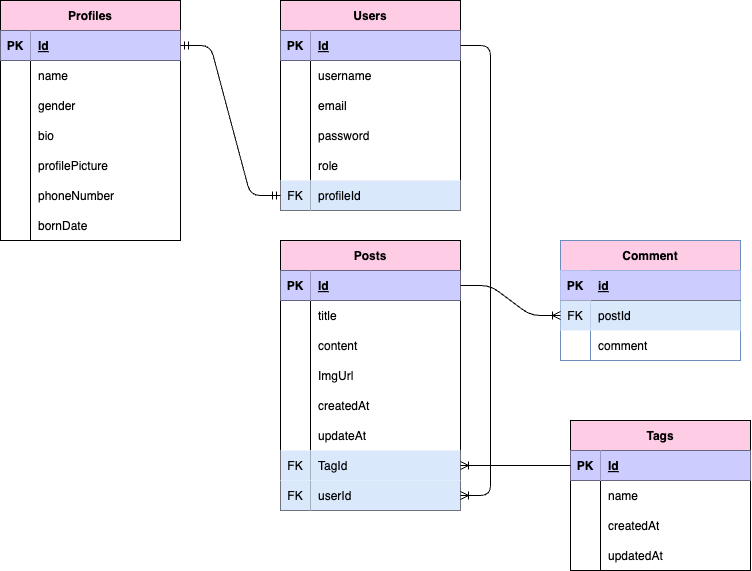
Timoth8/pairprojectX-p1 keeps this draw.io diagram as schemapp.png.drawio.png. Above is the earlier version. Source tidied: cells renumbered, new cells last; positions are measured from the earlier drawing's top-left corner, leaving out a move shared by most shapes.
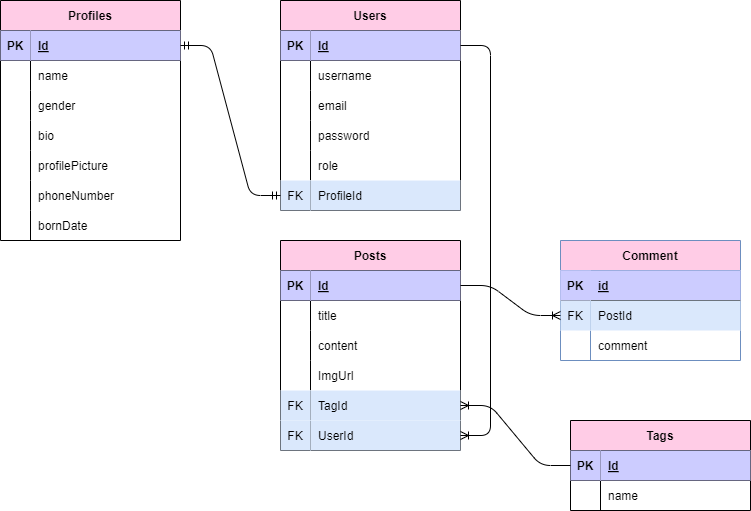
The same diagram one commit later.

What changed in the source:
```diff
@@ -56,11 +56,11 @@
     <mxCell id="19" value="FK" style="shape=partialRectangle;fillColor=#dae8fc;top=0;left=0;bottom=0;right=0;overflow=hidden;strokeColor=#6c8ebf;" parent="18" vertex="1">
       <mxGeometry width="30" height="30" as="geometry" />
     </mxCell>
-    <mxCell id="20" value="profileId" style="shape=partialRectangle;fillColor=#dae8fc;top=0;left=0;bottom=0;right=0;align=left;spacingLeft=6;overflow=hidden;strokeColor=#6c8ebf;" parent="18" vertex="1">
+    <mxCell id="20" value="ProfileId" style="shape=partialRectangle;fillColor=#dae8fc;top=0;left=0;bottom=0;right=0;align=left;spacingLeft=6;overflow=hidden;strokeColor=#6c8ebf;" parent="18" vertex="1">
       <mxGeometry x="30" width="150" height="30" as="geometry" />
     </mxCell>
     <mxCell id="21" value="Tags" style="shape=table;startSize=30;rowLines=0;fontStyle=1;align=center;fillColor=#FFCCE6;" parent="1" vertex="1">
-      <mxGeometry x="570" y="420" width="180" height="150" as="geometry" />
+      <mxGeometry x="570" y="420" width="180" height="90" as="geometry" />
     </mxCell>
     <mxCell id="22" style="shape=tableRow;horizontal=0;startSize=0;swimlaneHead=0;swimlaneBody=0;fillColor=none;points=[[0,0.5],[1,0.5]];portConstraint=eastwest;top=0;left=0;right=0;bottom=1;" parent="21" vertex="1">
       <mxGeometry y="30" width="180" height="30" as="geometry" />
@@ -80,24 +80,6 @@
     <mxCell id="27" value="name" style="shape=partialRectangle;fillColor=none;top=0;left=0;bottom=0;right=0;align=left;spacingLeft=6;overflow=hidden;" parent="25" vertex="1">
       <mxGeometry x="30" width="150" height="30" as="geometry" />
     </mxCell>
-    <mxCell id="28" style="shape=tableRow;horizontal=0;startSize=0;swimlaneHead=0;swimlaneBody=0;fillColor=none;top=0;left=0;right=0;bottom=0;" parent="21" vertex="1">
-      <mxGeometry y="90" width="180" height="30" as="geometry" />
-    </mxCell>
-    <mxCell id="29" style="shape=partialRectangle;fillColor=none;top=0;left=0;bottom=0;right=0;overflow=hidden;" parent="28" vertex="1">
-      <mxGeometry width="30" height="30" as="geometry" />
-    </mxCell>
-    <mxCell id="30" value="createdAt" style="shape=partialRectangle;fillColor=none;top=0;left=0;bottom=0;right=0;align=left;spacingLeft=6;overflow=hidden;" parent="28" vertex="1">
-      <mxGeometry x="30" width="150" height="30" as="geometry" />
-    </mxCell>
-    <mxCell id="31" style="shape=tableRow;horizontal=0;startSize=0;swimlaneHead=0;swimlaneBody=0;fillColor=none;top=0;left=0;right=0;bottom=0;" parent="21" vertex="1">
-      <mxGeometry y="120" width="180" height="30" as="geometry" />
-    </mxCell>
-    <mxCell id="32" style="shape=partialRectangle;fillColor=none;top=0;left=0;bottom=0;right=0;overflow=hidden;" parent="31" vertex="1">
-      <mxGeometry width="30" height="30" as="geometry" />
-    </mxCell>
-    <mxCell id="33" value="updatedAt" style="shape=partialRectangle;fillColor=none;top=0;left=0;bottom=0;right=0;align=left;spacingLeft=6;overflow=hidden;" parent="31" vertex="1">
-      <mxGeometry x="30" width="150" height="30" as="geometry" />
-    </mxCell>
     <mxCell id="34" value="Profiles" style="shape=table;startSize=30;rowLines=0;fontStyle=1;align=center;fillColor=#FFCCE6;" parent="1" vertex="1">
       <mxGeometry width="180" height="240" as="geometry" />
     </mxCell>
@@ -165,7 +147,7 @@
       <mxGeometry x="30" width="150" height="30" as="geometry" />
     </mxCell>
     <mxCell id="56" value="Posts" style="shape=table;startSize=30;rowLines=0;fontStyle=1;align=center;fillColor=#FFCCE6;" parent="1" vertex="1">
-      <mxGeometry x="280" y="240" width="180" height="270" as="geometry" />
+      <mxGeometry x="280" y="240" width="180" height="210" as="geometry" />
     </mxCell>
     <mxCell id="57" style="shape=tableRow;horizontal=0;startSize=0;swimlaneHead=0;swimlaneBody=0;fillColor=none;points=[[0,0.5],[1,0.5]];portConstraint=eastwest;top=0;left=0;right=0;bottom=1;" parent="56" vertex="1">
       <mxGeometry y="30" width="180" height="30" as="geometry" />
@@ -203,26 +185,8 @@
     <mxCell id="68" value="ImgUrl" style="shape=partialRectangle;fillColor=none;top=0;left=0;bottom=0;right=0;align=left;spacingLeft=6;overflow=hidden;" parent="66" vertex="1">
       <mxGeometry x="30" width="150" height="30" as="geometry" />
     </mxCell>
-    <mxCell id="69" style="shape=tableRow;horizontal=0;startSize=0;swimlaneHead=0;swimlaneBody=0;fillColor=none;top=0;left=0;right=0;bottom=0;" parent="56" vertex="1">
-      <mxGeometry y="150" width="180" height="30" as="geometry" />
-    </mxCell>
-    <mxCell id="70" style="shape=partialRectangle;fillColor=none;top=0;left=0;bottom=0;right=0;overflow=hidden;" parent="69" vertex="1">
-      <mxGeometry width="30" height="30" as="geometry" />
-    </mxCell>
-    <mxCell id="71" value="createdAt" style="shape=partialRectangle;fillColor=none;top=0;left=0;bottom=0;right=0;align=left;spacingLeft=6;overflow=hidden;" parent="69" vertex="1">
-      <mxGeometry x="30" width="150" height="30" as="geometry" />
-    </mxCell>
-    <mxCell id="72" style="shape=tableRow;horizontal=0;startSize=0;swimlaneHead=0;swimlaneBody=0;fillColor=none;top=0;left=0;right=0;bottom=0;" parent="56" vertex="1">
-      <mxGeometry y="180" width="180" height="30" as="geometry" />
-    </mxCell>
-    <mxCell id="73" style="shape=partialRectangle;fillColor=none;top=0;left=0;bottom=0;right=0;overflow=hidden;" parent="72" vertex="1">
-      <mxGeometry width="30" height="30" as="geometry" />
-    </mxCell>
-    <mxCell id="74" value="updateAt" style="shape=partialRectangle;fillColor=none;top=0;left=0;bottom=0;right=0;align=left;spacingLeft=6;overflow=hidden;" parent="72" vertex="1">
-      <mxGeometry x="30" width="150" height="30" as="geometry" />
-    </mxCell>
     <mxCell id="75" style="shape=tableRow;horizontal=0;startSize=0;swimlaneHead=0;swimlaneBody=0;points=[[0,0.5],[1,0.5]];portConstraint=eastwest;top=0;left=0;right=0;bottom=0;strokeColor=#666666;labelBorderColor=none;fillColor=none;fontColor=#333333;" parent="56" vertex="1">
-      <mxGeometry y="210" width="180" height="30" as="geometry" />
+      <mxGeometry y="150" width="180" height="30" as="geometry" />
     </mxCell>
     <mxCell id="76" value="FK" style="shape=partialRectangle;top=0;left=0;bottom=0;right=0;overflow=hidden;strokeColor=#6c8ebf;labelBorderColor=none;fillColor=#dae8fc;" parent="75" vertex="1">
       <mxGeometry width="30" height="30" as="geometry" />
@@ -231,12 +195,12 @@
       <mxGeometry x="30" width="150" height="30" as="geometry" />
     </mxCell>
     <mxCell id="78" style="shape=tableRow;horizontal=0;startSize=0;swimlaneHead=0;swimlaneBody=0;points=[[0,0.5],[1,0.5]];portConstraint=eastwest;top=0;left=0;right=0;bottom=0;strokeColor=#666666;labelBorderColor=none;fillColor=none;fontColor=#333333;" parent="56" vertex="1">
-      <mxGeometry y="240" width="180" height="30" as="geometry" />
+      <mxGeometry y="180" width="180" height="30" as="geometry" />
     </mxCell>
     <mxCell id="79" value="FK" style="shape=partialRectangle;top=0;left=0;bottom=0;right=0;overflow=hidden;strokeColor=#6c8ebf;labelBorderColor=none;fillColor=#dae8fc;" parent="78" vertex="1">
       <mxGeometry width="30" height="30" as="geometry" />
     </mxCell>
-    <mxCell id="80" value="userId" style="shape=partialRectangle;top=0;left=0;bottom=0;right=0;align=left;spacingLeft=6;overflow=hidden;strokeColor=#6c8ebf;labelBorderColor=none;fillColor=#dae8fc;" parent="78" vertex="1">
+    <mxCell id="80" value="UserId" style="shape=partialRectangle;top=0;left=0;bottom=0;right=0;align=left;spacingLeft=6;overflow=hidden;strokeColor=#6c8ebf;labelBorderColor=none;fillColor=#dae8fc;" parent="78" vertex="1">
       <mxGeometry x="30" width="150" height="30" as="geometry" />
     </mxCell>
     <mxCell id="81" style="edgeStyle=entityRelationEdgeStyle;fontSize=12;html=1;endArrow=ERmandOne;startArrow=ERmandOne;exitX=1;exitY=0.5;exitDx=0;exitDy=0;entryX=0;entryY=0.5;entryDx=0;entryDy=0;" parent="1" edge="1" source="35" target="18">
@@ -266,7 +230,7 @@
     <mxCell id="89" value="FK" style="shape=partialRectangle;fillColor=#dae8fc;top=0;left=0;bottom=0;right=0;overflow=hidden;strokeColor=#6c8ebf;" parent="88" vertex="1">
       <mxGeometry width="30" height="30" as="geometry" />
     </mxCell>
-    <mxCell id="90" value="postId" style="shape=partialRectangle;fillColor=#dae8fc;top=0;left=0;bottom=0;right=0;align=left;spacingLeft=6;overflow=hidden;strokeColor=#6c8ebf;" parent="88" vertex="1">
+    <mxCell id="90" value="PostId" style="shape=partialRectangle;fillColor=#dae8fc;top=0;left=0;bottom=0;right=0;align=left;spacingLeft=6;overflow=hidden;strokeColor=#6c8ebf;" parent="88" vertex="1">
       <mxGeometry x="30" width="150" height="30" as="geometry" />
     </mxCell>
     <mxCell id="91" style="shape=tableRow;horizontal=0;startSize=0;swimlaneHead=0;swimlaneBody=0;fillColor=none;top=0;left=0;right=0;bottom=0;" parent="84" vertex="1">
@@ -281,8 +245,5 @@
     <mxCell id="94" style="edgeStyle=entityRelationEdgeStyle;fontSize=12;html=1;endArrow=ERoneToMany;exitX=1;exitY=0.5;exitDx=0;exitDy=0;entryX=0;entryY=0.5;entryDx=0;entryDy=0;" parent="1" edge="1" source="57" target="88">
       <mxGeometry relative="1" as="geometry" />
     </mxCell>
-    <mxCell id="95" style="edgeStyle=entityRelationEdgeStyle;fontSize=12;html=1;endArrow=ERoneToMany;exitX=0;exitY=0.5;exitDx=0;exitDy=0;entryX=1;entryY=0.5;entryDx=0;entryDy=0;" parent="1" edge="1" source="x" target="x">
-      <mxGeometry relative="1" as="geometry" />
-    </mxCell>
   </root>
 </mxGraphModel>
```
